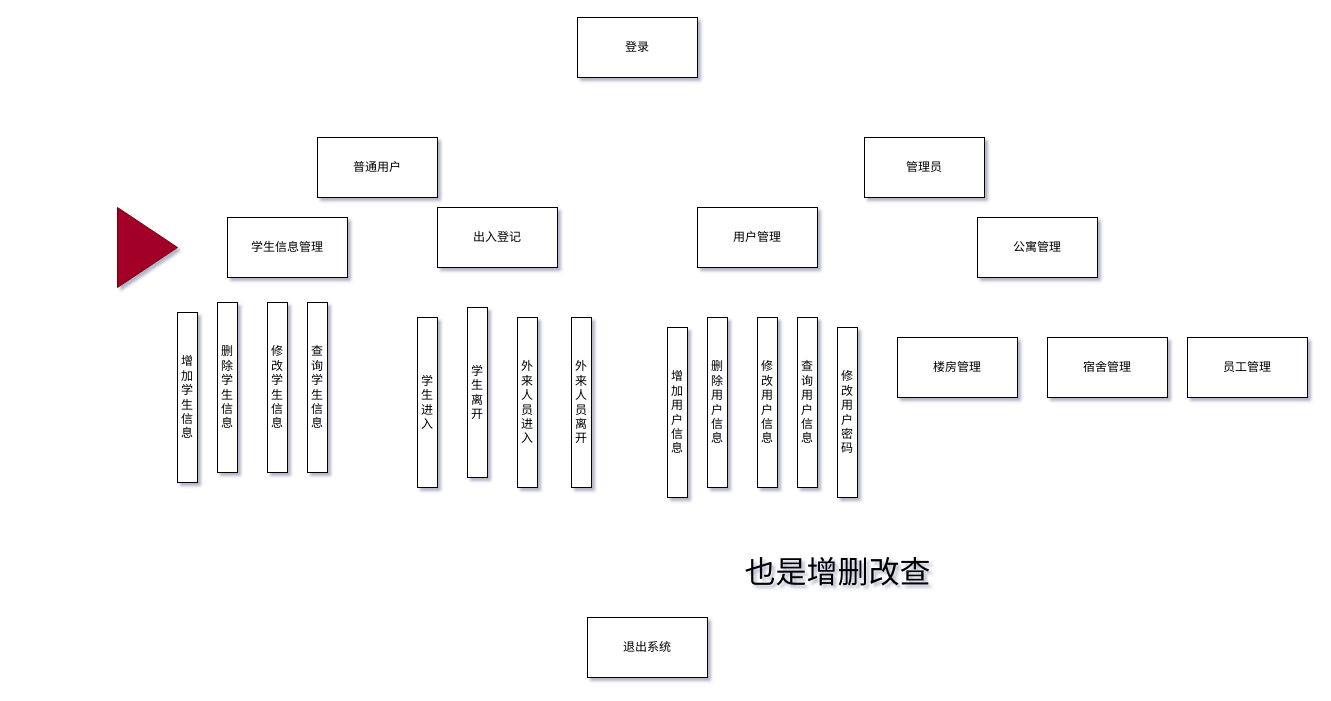
The draw.io diagram dormsys/note/sys.drawio in Canwaiting/note, before the edit. Source tidied: cells renumbered, new cells numbered last; positions are measured from the earlier drawing's top-left corner, leaving out a move shared by most shapes. Both pictures are drawn from the tidied source at 100%, with x=0, y=0 at pixel (117, 17).
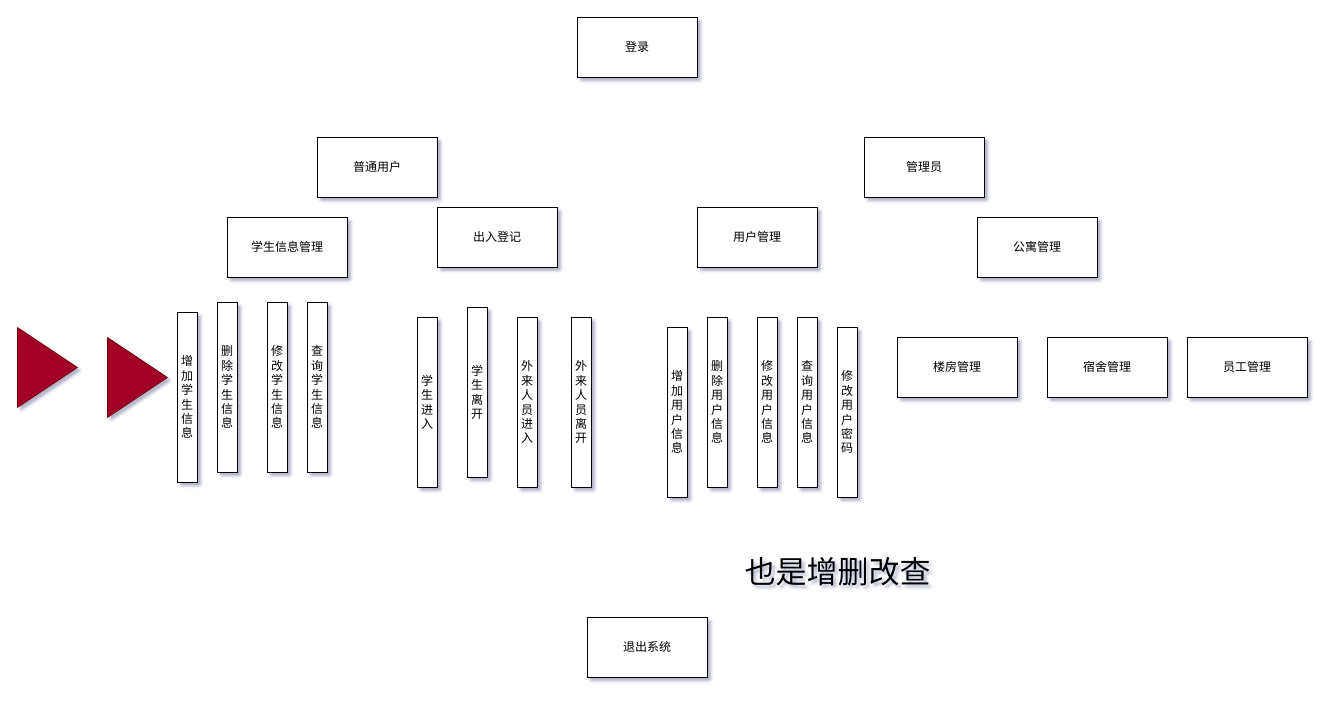
The same diagram, later.

The edit, as a diff of the source:
```diff
@@
     <mxCell id="27" style="triangle;whiteSpace=wrap;html=1;fillColor=#a20025;strokeColor=#6F0000;fontColor=#ffffff;" parent="1" vertex="1">
-      <mxGeometry y="190" width="60" height="80" as="geometry" />
+      <mxGeometry x="-100" y="310" width="60" height="80" as="geometry" />
     </mxCell>
+    <mxCell id="28" style="triangle;whiteSpace=wrap;html=1;fillColor=#a20025;strokeColor=#6F0000;fontColor=#ffffff;" parent="1" vertex="1">
+      <mxGeometry x="-10" y="320" width="60" height="80" as="geometry" />
+    </mxCell>
```
